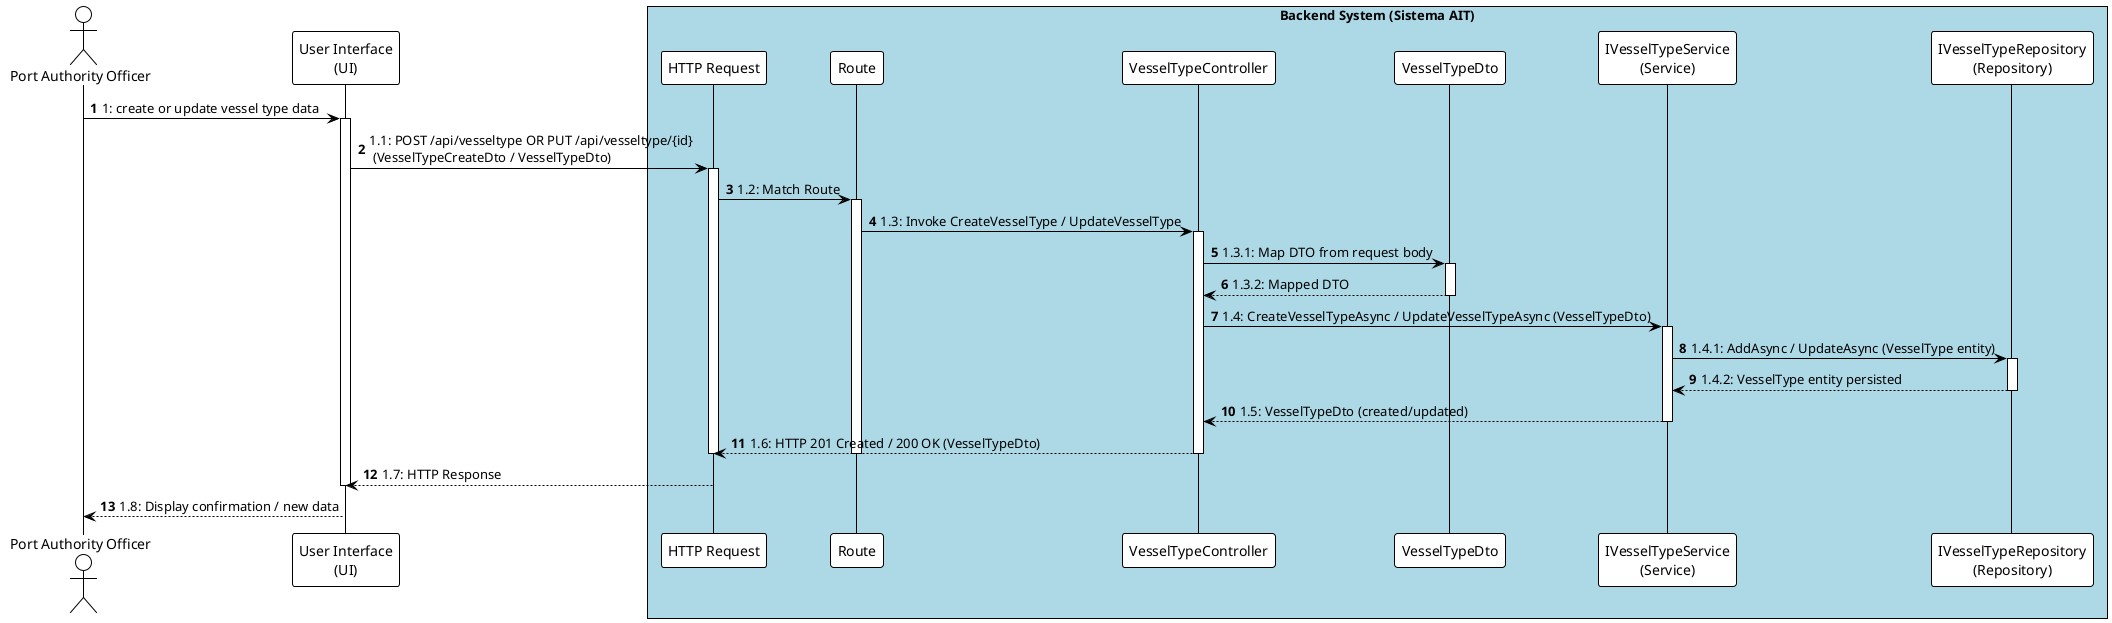
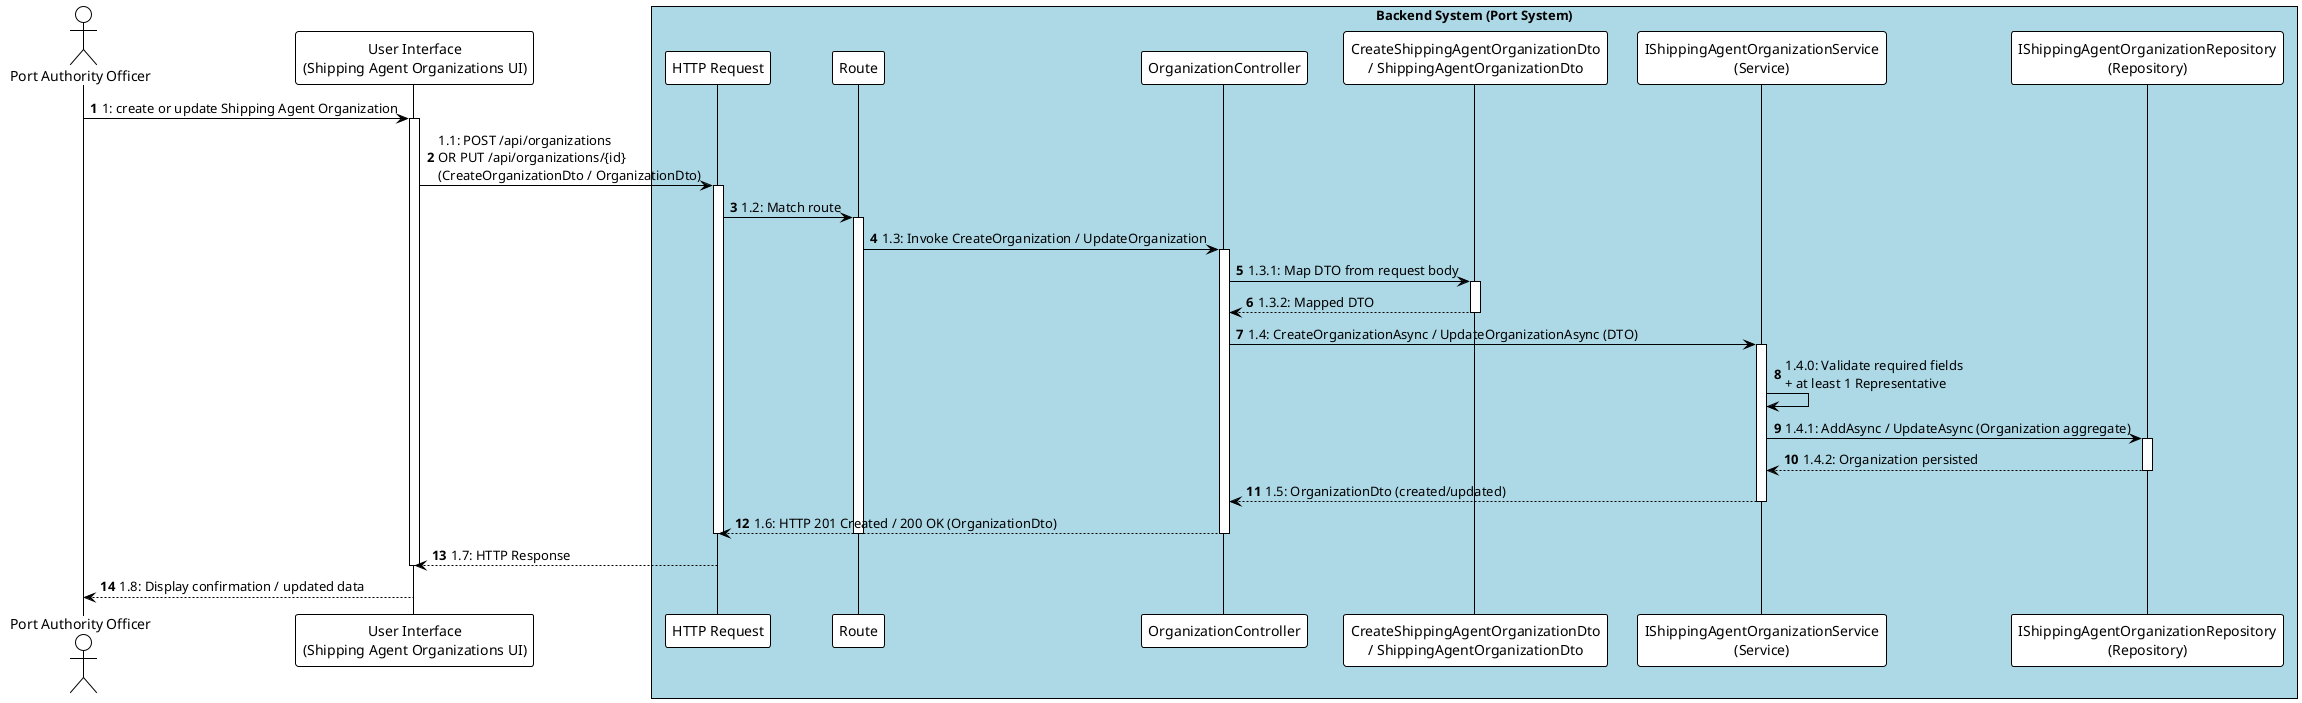
@startuml
!theme plain
autonumber

actor "Port Authority Officer" as Officer
- participant "User Interface\n(UI)" as UI
- box "Backend System (Sistema AIT)" #LightBlue
+ participant "User Interface\n(Shipping Agent Organizations UI)" as UI
+ 
+ box "Backend System (Port System)" #LightBlue
    participant "HTTP Request" as HttpRequest
    participant "Route" as Route
-     participant "VesselTypeController" as Controller
-     participant "VesselTypeDto" as Dto
-     participant "IVesselTypeService\n(Service)" as Service
-     participant "IVesselTypeRepository\n(Repository)" as Repository
+     participant "OrganizationController" as Controller
+     participant "CreateShippingAgentOrganizationDto\n/ ShippingAgentOrganizationDto" as Dto
+     participant "IShippingAgentOrganizationService\n(Service)" as Service
+     participant "IShippingAgentOrganizationRepository\n(Repository)" as Repository
end box

- Officer -> UI : 1: create or update vessel type data
+ Officer -> UI : 1: create or update Shipping Agent Organization
activate UI

- UI -> HttpRequest : 1.1: POST /api/vesseltype OR PUT /api/vesseltype/{id} \n (VesselTypeCreateDto / VesselTypeDto)
+ UI -> HttpRequest : 1.1: POST /api/organizations\nOR PUT /api/organizations/{id}\n(CreateOrganizationDto / OrganizationDto)
activate HttpRequest
- HttpRequest -> Route : 1.2: Match Route
+ HttpRequest -> Route : 1.2: Match route
activate Route
- Route -> Controller : 1.3: Invoke CreateVesselType / UpdateVesselType
+ Route -> Controller : 1.3: Invoke CreateOrganization / UpdateOrganization
activate Controller

Controller -> Dto : 1.3.1: Map DTO from request body
activate Dto
Dto --> Controller : 1.3.2: Mapped DTO
deactivate Dto

- Controller -> Service : 1.4: CreateVesselTypeAsync / UpdateVesselTypeAsync (VesselTypeDto)
+ Controller -> Service : 1.4: CreateOrganizationAsync / UpdateOrganizationAsync (DTO)
activate Service
+ Service -> Service : 1.4.0: Validate required fields\n+ at least 1 Representative

- Service -> Repository : 1.4.1: AddAsync / UpdateAsync (VesselType entity)
+ Service -> Repository : 1.4.1: AddAsync / UpdateAsync (Organization aggregate)
activate Repository
- Repository --> Service : 1.4.2: VesselType entity persisted
+ Repository --> Service : 1.4.2: Organization persisted
deactivate Repository

- Service --> Controller : 1.5: VesselTypeDto (created/updated)
+ Service --> Controller : 1.5: OrganizationDto (created/updated)
deactivate Service

- Controller --> HttpRequest : 1.6: HTTP 201 Created / 200 OK (VesselTypeDto)
+ Controller --> HttpRequest : 1.6: HTTP 201 Created / 200 OK (OrganizationDto)
deactivate Controller
deactivate Route
deactivate HttpRequest

HttpRequest --> UI : 1.7: HTTP Response
deactivate UI

- UI --> Officer : 1.8: Display confirmation / new data
+ UI --> Officer : 1.8: Display confirmation / updated data

- @enduml+ @enduml
